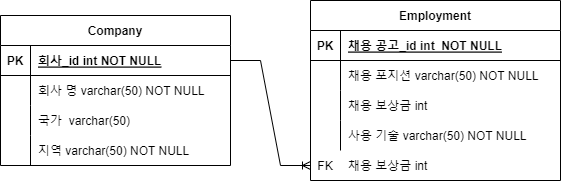
Before: docs/gdsc_week1_채용공고 ERD.png, a diagram exported from draw.io (Backend-da-nawa/Team_Average_Annual_Salary_5000). Source tidied: cells renumbered, new cells last; positions are measured from the earlier drawing's top-left corner, leaving out a move shared by most shapes. Source of this version:
```xml
<mxGraphModel>
  <root>
    <mxCell id="0" />
    <mxCell id="1" parent="0" />
    <mxCell id="2" value="Company" style="shape=table;startSize=30;rowLines=0;fontStyle=1;align=center;labelBackgroundColor=none;labelBorderColor=none;strokeColor=default;strokeWidth=1;fillColor=none;" parent="1" vertex="1">
      <mxGeometry y="15" width="230" height="150" as="geometry" />
    </mxCell>
    <mxCell id="3" style="shape=tableRow;horizontal=0;startSize=0;swimlaneHead=0;swimlaneBody=0;fillColor=none;top=0;left=0;right=0;bottom=1;labelBackgroundColor=none;labelBorderColor=none;strokeColor=default;strokeWidth=1;" parent="2" vertex="1">
      <mxGeometry y="30" width="230" height="30" as="geometry" />
    </mxCell>
    <mxCell id="4" value="PK" style="shape=partialRectangle;fillColor=none;top=0;left=0;bottom=0;right=0;fontStyle=1;overflow=hidden;labelBackgroundColor=none;labelBorderColor=none;strokeColor=default;strokeWidth=1;" parent="3" vertex="1">
      <mxGeometry width="30" height="30" as="geometry" />
    </mxCell>
    <mxCell id="5" value="회사_id int NOT NULL" style="shape=partialRectangle;fillColor=none;top=0;left=0;bottom=0;right=0;align=left;spacingLeft=6;fontStyle=5;overflow=hidden;labelBackgroundColor=none;labelBorderColor=none;strokeColor=default;strokeWidth=1;" parent="3" vertex="1">
      <mxGeometry x="30" width="200" height="30" as="geometry" />
    </mxCell>
    <mxCell id="6" style="shape=tableRow;horizontal=0;startSize=0;swimlaneHead=0;swimlaneBody=0;fillColor=none;top=0;left=0;right=0;bottom=0;labelBackgroundColor=none;labelBorderColor=none;strokeColor=default;strokeWidth=1;" parent="2" vertex="1">
      <mxGeometry y="60" width="230" height="30" as="geometry" />
    </mxCell>
    <mxCell id="7" style="shape=partialRectangle;fillColor=none;top=0;left=0;bottom=0;right=0;overflow=hidden;labelBackgroundColor=none;labelBorderColor=none;strokeColor=default;strokeWidth=1;" parent="6" vertex="1">
      <mxGeometry width="30" height="30" as="geometry" />
    </mxCell>
    <mxCell id="8" value="회사 명 varchar(50) NOT NULL" style="shape=partialRectangle;fillColor=none;top=0;left=0;bottom=0;right=0;align=left;spacingLeft=6;overflow=hidden;labelBackgroundColor=none;labelBorderColor=none;strokeColor=default;strokeWidth=1;" parent="6" vertex="1">
      <mxGeometry x="30" width="200" height="30" as="geometry" />
    </mxCell>
    <mxCell id="9" style="shape=tableRow;horizontal=0;startSize=0;swimlaneHead=0;swimlaneBody=0;fillColor=none;top=0;left=0;right=0;bottom=0;labelBackgroundColor=none;labelBorderColor=none;strokeColor=default;strokeWidth=1;" parent="2" vertex="1">
      <mxGeometry y="90" width="230" height="30" as="geometry" />
    </mxCell>
    <mxCell id="10" style="shape=partialRectangle;fillColor=none;top=0;left=0;bottom=0;right=0;overflow=hidden;labelBackgroundColor=none;labelBorderColor=none;strokeColor=default;strokeWidth=1;" parent="9" vertex="1">
      <mxGeometry width="30" height="30" as="geometry" />
    </mxCell>
    <mxCell id="11" value="국가  varchar(50) " style="shape=partialRectangle;fillColor=none;top=0;left=0;bottom=0;right=0;align=left;spacingLeft=6;overflow=hidden;labelBackgroundColor=none;labelBorderColor=none;strokeColor=default;strokeWidth=1;" parent="9" vertex="1">
      <mxGeometry x="30" width="200" height="30" as="geometry" />
    </mxCell>
    <mxCell id="12" style="shape=tableRow;horizontal=0;startSize=0;swimlaneHead=0;swimlaneBody=0;fillColor=none;top=0;left=0;right=0;bottom=0;labelBackgroundColor=none;labelBorderColor=none;strokeColor=default;strokeWidth=1;" parent="2" vertex="1">
      <mxGeometry y="120" width="230" height="30" as="geometry" />
    </mxCell>
    <mxCell id="13" style="shape=partialRectangle;fillColor=none;top=0;left=0;bottom=0;right=0;overflow=hidden;labelBackgroundColor=none;labelBorderColor=none;strokeColor=default;strokeWidth=1;" parent="12" vertex="1">
      <mxGeometry width="30" height="30" as="geometry" />
    </mxCell>
    <mxCell id="14" value="지역 varchar(50) NOT NULL" style="shape=partialRectangle;fillColor=none;top=0;left=0;bottom=0;right=0;align=left;spacingLeft=6;overflow=hidden;labelBackgroundColor=none;labelBorderColor=none;strokeColor=default;strokeWidth=1;" parent="12" vertex="1">
      <mxGeometry x="30" width="200" height="30" as="geometry" />
    </mxCell>
    <mxCell id="15" value="Employment" style="shape=table;startSize=30;rowLines=0;fontStyle=1;align=center;labelBackgroundColor=none;labelBorderColor=none;strokeColor=default;strokeWidth=1;fillColor=none;" parent="1" vertex="1">
      <mxGeometry x="310" width="250" height="180" as="geometry" />
    </mxCell>
    <mxCell id="16" style="shape=tableRow;horizontal=0;startSize=0;swimlaneHead=0;swimlaneBody=0;fillColor=none;top=0;left=0;right=0;bottom=1;labelBackgroundColor=none;labelBorderColor=none;strokeColor=default;strokeWidth=1;" parent="15" vertex="1">
      <mxGeometry y="30" width="250" height="30" as="geometry" />
    </mxCell>
    <mxCell id="17" value="PK" style="shape=partialRectangle;fillColor=none;top=0;left=0;bottom=0;right=0;fontStyle=1;overflow=hidden;labelBackgroundColor=none;labelBorderColor=none;strokeColor=default;strokeWidth=1;" parent="16" vertex="1">
      <mxGeometry width="30" height="30" as="geometry" />
    </mxCell>
    <mxCell id="18" value="채용 공고_id int  NOT NULL" style="shape=partialRectangle;fillColor=none;top=0;left=0;bottom=0;right=0;align=left;spacingLeft=6;fontStyle=5;overflow=hidden;labelBackgroundColor=none;labelBorderColor=none;strokeColor=default;strokeWidth=1;" parent="16" vertex="1">
      <mxGeometry x="30" width="220" height="30" as="geometry" />
    </mxCell>
    <mxCell id="19" style="shape=tableRow;horizontal=0;startSize=0;swimlaneHead=0;swimlaneBody=0;fillColor=none;top=0;left=0;right=0;bottom=0;labelBackgroundColor=none;labelBorderColor=none;strokeColor=default;strokeWidth=1;" parent="15" vertex="1">
      <mxGeometry y="60" width="250" height="30" as="geometry" />
    </mxCell>
    <mxCell id="20" style="shape=partialRectangle;fillColor=none;top=0;left=0;bottom=0;right=0;overflow=hidden;labelBackgroundColor=none;labelBorderColor=none;strokeColor=default;strokeWidth=1;" parent="19" vertex="1">
      <mxGeometry width="30" height="30" as="geometry" />
    </mxCell>
    <mxCell id="21" value="채용 포지션 varchar(50) NOT NULL" style="shape=partialRectangle;fillColor=none;top=0;left=0;bottom=0;right=0;align=left;spacingLeft=6;overflow=hidden;labelBackgroundColor=none;labelBorderColor=none;strokeColor=default;strokeWidth=1;" parent="19" vertex="1">
      <mxGeometry x="30" width="220" height="30" as="geometry" />
    </mxCell>
    <mxCell id="22" style="shape=tableRow;horizontal=0;startSize=0;swimlaneHead=0;swimlaneBody=0;fillColor=none;top=0;left=0;right=0;bottom=0;labelBackgroundColor=none;labelBorderColor=none;strokeColor=default;strokeWidth=1;" parent="15" vertex="1">
      <mxGeometry y="90" width="250" height="30" as="geometry" />
    </mxCell>
    <mxCell id="23" style="shape=partialRectangle;fillColor=none;top=0;left=0;bottom=0;right=0;overflow=hidden;labelBackgroundColor=none;labelBorderColor=none;strokeColor=default;strokeWidth=1;" parent="22" vertex="1">
      <mxGeometry width="30" height="30" as="geometry" />
    </mxCell>
    <mxCell id="24" value="채용 보상금 int" style="shape=partialRectangle;fillColor=none;top=0;left=0;bottom=0;right=0;align=left;spacingLeft=6;overflow=hidden;labelBackgroundColor=none;labelBorderColor=none;strokeColor=default;strokeWidth=1;" parent="22" vertex="1">
      <mxGeometry x="30" width="220" height="30" as="geometry" />
    </mxCell>
    <mxCell id="25" style="shape=tableRow;horizontal=0;startSize=0;swimlaneHead=0;swimlaneBody=0;fillColor=none;top=0;left=0;right=0;bottom=0;labelBackgroundColor=none;labelBorderColor=none;strokeColor=default;strokeWidth=1;" parent="15" vertex="1">
      <mxGeometry y="120" width="250" height="30" as="geometry" />
    </mxCell>
    <mxCell id="26" style="shape=partialRectangle;fillColor=none;top=0;left=0;bottom=0;right=0;overflow=hidden;labelBackgroundColor=none;labelBorderColor=none;strokeColor=default;strokeWidth=1;" parent="25" vertex="1">
      <mxGeometry width="30" height="30" as="geometry" />
    </mxCell>
    <mxCell id="27" value="사용 기술 varchar(50) NOT NULL" style="shape=partialRectangle;fillColor=none;top=0;left=0;bottom=0;right=0;align=left;spacingLeft=6;overflow=hidden;labelBackgroundColor=none;labelBorderColor=none;strokeColor=default;strokeWidth=1;" parent="25" vertex="1">
      <mxGeometry x="30" width="220" height="30" as="geometry" />
    </mxCell>
    <mxCell id="28" value="채용 보상금 int" style="shape=partialRectangle;fillColor=none;top=0;left=0;bottom=0;right=0;align=left;spacingLeft=6;overflow=hidden;labelBackgroundColor=none;labelBorderColor=none;strokeColor=default;strokeWidth=1;" parent="1" vertex="1">
      <mxGeometry x="340" y="150" width="220" height="30" as="geometry" />
    </mxCell>
    <mxCell id="29" value="FK" style="shape=partialRectangle;fillColor=none;top=0;left=0;bottom=0;right=0;overflow=hidden;labelBackgroundColor=none;labelBorderColor=none;strokeColor=default;strokeWidth=1;" parent="1" vertex="1">
      <mxGeometry x="310" y="150" width="30" height="30" as="geometry" />
    </mxCell>
    <mxCell id="30" style="edgeStyle=entityRelationEdgeStyle;fontSize=12;html=1;endArrow=ERoneToMany;rounded=0;exitX=1;exitY=0.5;exitDx=0;exitDy=0;" parent="1" edge="1" source="5">
      <mxGeometry relative="1" as="geometry">
        <mxPoint x="310" y="165" as="targetPoint" />
      </mxGeometry>
    </mxCell>
  </root>
</mxGraphModel>
```
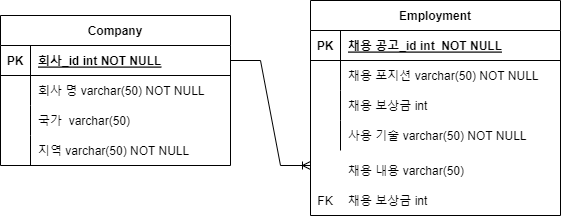
After the commit.

What changed in the source:
```diff
@@ -42,7 +42,7 @@
       <mxGeometry x="30" width="200" height="30" as="geometry" />
     </mxCell>
     <mxCell id="15" value="Employment" style="shape=table;startSize=30;rowLines=0;fontStyle=1;align=center;labelBackgroundColor=none;labelBorderColor=none;strokeColor=default;strokeWidth=1;fillColor=none;" parent="1" vertex="1">
-      <mxGeometry x="310" width="250" height="180" as="geometry" />
+      <mxGeometry x="310" width="250" height="215" as="geometry" />
     </mxCell>
     <mxCell id="16" style="shape=tableRow;horizontal=0;startSize=0;swimlaneHead=0;swimlaneBody=0;fillColor=none;top=0;left=0;right=0;bottom=1;labelBackgroundColor=none;labelBorderColor=none;strokeColor=default;strokeWidth=1;" parent="15" vertex="1">
       <mxGeometry y="30" width="250" height="30" as="geometry" />
@@ -81,15 +81,24 @@
       <mxGeometry x="30" width="220" height="30" as="geometry" />
     </mxCell>
     <mxCell id="28" value="채용 보상금 int" style="shape=partialRectangle;fillColor=none;top=0;left=0;bottom=0;right=0;align=left;spacingLeft=6;overflow=hidden;labelBackgroundColor=none;labelBorderColor=none;strokeColor=default;strokeWidth=1;" parent="1" vertex="1">
-      <mxGeometry x="340" y="150" width="220" height="30" as="geometry" />
+      <mxGeometry x="340" y="185" width="220" height="30" as="geometry" />
     </mxCell>
     <mxCell id="29" value="FK" style="shape=partialRectangle;fillColor=none;top=0;left=0;bottom=0;right=0;overflow=hidden;labelBackgroundColor=none;labelBorderColor=none;strokeColor=default;strokeWidth=1;" parent="1" vertex="1">
-      <mxGeometry x="310" y="150" width="30" height="30" as="geometry" />
+      <mxGeometry x="310" y="185" width="30" height="30" as="geometry" />
     </mxCell>
     <mxCell id="30" style="edgeStyle=entityRelationEdgeStyle;fontSize=12;html=1;endArrow=ERoneToMany;rounded=0;exitX=1;exitY=0.5;exitDx=0;exitDy=0;" parent="1" edge="1" source="5">
       <mxGeometry relative="1" as="geometry">
         <mxPoint x="310" y="165" as="targetPoint" />
       </mxGeometry>
     </mxCell>
+    <mxCell id="31" style="shape=tableRow;horizontal=0;startSize=0;swimlaneHead=0;swimlaneBody=0;fillColor=none;top=0;left=0;right=0;bottom=0;labelBackgroundColor=none;labelBorderColor=none;strokeColor=default;strokeWidth=1;" parent="1" vertex="1">
+      <mxGeometry x="310" y="155" width="250" height="30" as="geometry" />
+    </mxCell>
+    <mxCell id="32" style="shape=partialRectangle;fillColor=none;top=0;left=0;bottom=0;right=0;overflow=hidden;labelBackgroundColor=none;labelBorderColor=none;strokeColor=default;strokeWidth=1;" parent="31" vertex="1">
+      <mxGeometry width="30" height="30" as="geometry" />
+    </mxCell>
+    <mxCell id="33" value="채용 내용 varchar(50)" style="shape=partialRectangle;fillColor=none;top=0;left=0;bottom=0;right=0;align=left;spacingLeft=6;overflow=hidden;labelBackgroundColor=none;labelBorderColor=none;strokeColor=default;strokeWidth=1;" parent="31" vertex="1">
+      <mxGeometry x="30" width="220" height="30" as="geometry" />
+    </mxCell>
   </root>
 </mxGraphModel>
```
